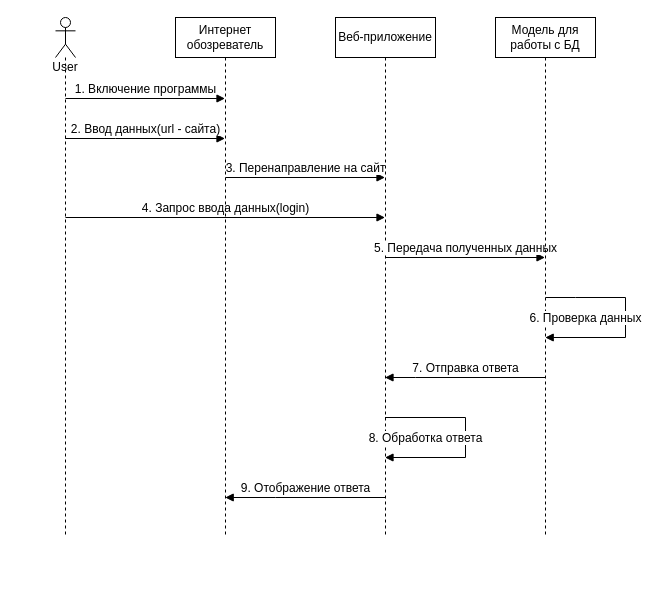
Above: Технология разработки ПО/Labs/diagram3.drawio in DnineO/4-course (draw.io), before the change. Source tidied: cells renumbered, new cells numbered last; positions are measured from the earlier drawing's top-left corner, leaving out a move shared by most shapes. Both pictures are drawn from the tidied source at 100%, with x=0, y=0 at pixel (55, 17).
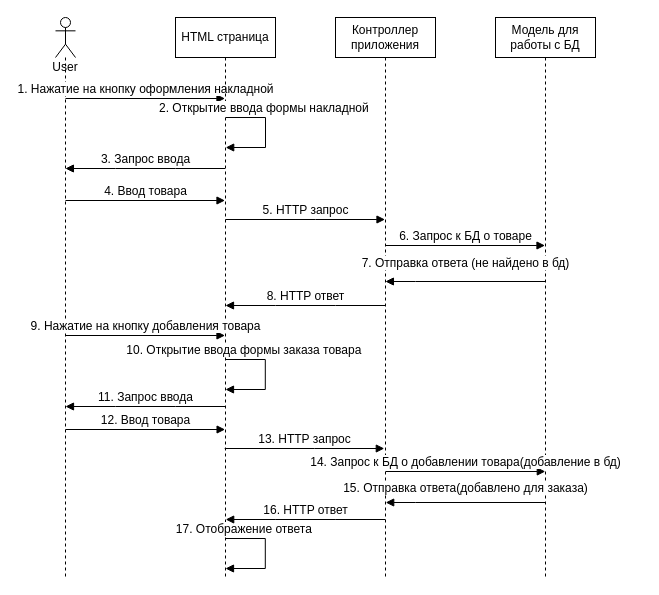
The same page after the edit.

Change to the diagram source:
```diff
@@
     <mxCell id="2" value="&lt;font style=&quot;font-size: 12px&quot;&gt;User&lt;/font&gt;" style="shape=umlLifeline;participant=umlActor;perimeter=lifelinePerimeter;whiteSpace=wrap;html=1;verticalAlign=top;spacingTop=36;size=40;rounded=0;" parent="1" vertex="1">
-      <mxGeometry width="20" height="520" as="geometry" />
+      <mxGeometry width="20" height="560" as="geometry" />
     </mxCell>
-    <mxCell id="3" value="1. Включение программы" style="html=1;verticalAlign=bottom;endArrow=block;rounded=0;fontSize=12;" parent="2" edge="1">
+    <mxCell id="3" value="1. Нажатие на кнопку оформления накладной" style="html=1;verticalAlign=bottom;endArrow=block;rounded=0;fontSize=12;" parent="2" edge="1">
       <mxGeometry relative="1" as="geometry">
         <mxPoint x="10" y="81" as="sourcePoint" />
         <mxPoint x="169.5" y="81" as="targetPoint" />
       </mxGeometry>
     </mxCell>
-    <mxCell id="4" value="4. Запрос ввода данных(login)" style="html=1;verticalAlign=bottom;endArrow=block;rounded=0;fontSize=12;" parent="2" edge="1" target="7">
-      <mxGeometry relative="1" as="geometry">
-        <mxPoint x="10" y="200" as="sourcePoint" />
-      </mxGeometry>
-    </mxCell>
-    <mxCell id="5" value="Интернет обозреватель" style="shape=umlLifeline;perimeter=lifelinePerimeter;whiteSpace=wrap;html=1;rounded=0;gradientColor=none;" parent="1" vertex="1">
-      <mxGeometry x="120" width="100" height="520" as="geometry" />
+    <mxCell id="5" value="HTML страница" style="shape=umlLifeline;perimeter=lifelinePerimeter;whiteSpace=wrap;html=1;rounded=0;gradientColor=none;" parent="1" vertex="1">
+      <mxGeometry x="120" width="100" height="560" as="geometry" />
     </mxCell>
-    <mxCell id="6" value="3. Перенаправление на сайт" style="html=1;verticalAlign=bottom;endArrow=block;rounded=0;fontSize=12;" parent="5" edge="1" target="7">
-      <mxGeometry relative="1" as="geometry">
-        <mxPoint x="50" y="160" as="sourcePoint" />
-      </mxGeometry>
-    </mxCell>
+    <mxCell id="15" value="10. Открытие ввода формы заказа товара&amp;nbsp;" style="html=1;verticalAlign=bottom;endArrow=block;rounded=0;fontSize=12;" parent="5" edge="1">
+      <mxGeometry x="-0.64" relative="1" as="geometry">
+        <mxPoint x="50" y="342" as="sourcePoint" />
+        <mxPoint x="50" y="372" as="targetPoint" />
+        <Array as="points">
+          <mxPoint x="89.8" y="342" />
+          <mxPoint x="89.8" y="372" />
+        </Array>
+      </mxGeometry>
+    </mxCell>
+    <mxCell id="16" value="17. Отображение ответа&amp;nbsp;" style="html=1;verticalAlign=bottom;endArrow=block;rounded=0;fontSize=12;" parent="5" edge="1">
+      <mxGeometry x="-0.64" relative="1" as="geometry">
+        <mxPoint x="50" y="521" as="sourcePoint" />
+        <mxPoint x="50" y="551" as="targetPoint" />
+        <Array as="points">
+          <mxPoint x="89.8" y="521" />
+          <mxPoint x="89.8" y="551" />
+        </Array>
+      </mxGeometry>
+    </mxCell>
-    <mxCell id="7" value="Веб-приложение" style="shape=umlLifeline;perimeter=lifelinePerimeter;whiteSpace=wrap;html=1;outlineConnect=0;rounded=0;gradientColor=none;" parent="1" vertex="1">
-      <mxGeometry x="280" width="100" height="520" as="geometry" />
+    <mxCell id="7" value="Контроллер приложения" style="shape=umlLifeline;perimeter=lifelinePerimeter;whiteSpace=wrap;html=1;outlineConnect=0;rounded=0;gradientColor=none;" parent="1" vertex="1">
+      <mxGeometry x="280" width="100" height="560" as="geometry" />
     </mxCell>
-    <mxCell id="8" value="5. Передача полученных данных" style="html=1;verticalAlign=bottom;endArrow=block;rounded=0;fontSize=12;" parent="7" edge="1" target="9">
-      <mxGeometry relative="1" as="geometry">
-        <mxPoint x="50" y="240" as="sourcePoint" />
-      </mxGeometry>
-    </mxCell>
+    <mxCell id="17" value="8. HTTP ответ" style="html=1;verticalAlign=bottom;endArrow=block;rounded=0;fontSize=12;" parent="7" edge="1">
+      <mxGeometry relative="1" as="geometry">
+        <mxPoint x="49.6" y="288" as="sourcePoint" />
+        <mxPoint x="-110" y="288" as="targetPoint" />
+        <Array as="points">
+          <mxPoint x="0.1" y="288" />
+          <mxPoint x="-59.9" y="288" />
+        </Array>
+      </mxGeometry>
+    </mxCell>
     <mxCell id="9" value="Модель для работы с БД" style="shape=umlLifeline;perimeter=lifelinePerimeter;whiteSpace=wrap;html=1;outlineConnect=0;rounded=0;gradientColor=none;" parent="1" vertex="1">
-      <mxGeometry x="440" width="100" height="520" as="geometry" />
+      <mxGeometry x="440" width="100" height="560" as="geometry" />
     </mxCell>
-    <mxCell id="10" value="6. Проверка данных" style="html=1;verticalAlign=bottom;endArrow=block;rounded=0;fontSize=12;" parent="9" edge="1">
-      <mxGeometry x="0.6" y="-10" relative="1" as="geometry">
-        <mxPoint x="50" y="280" as="sourcePoint" />
-        <mxPoint x="49.7" y="320" as="targetPoint" />
-        <Array as="points">
-          <mxPoint x="80" y="280" />
-          <mxPoint x="130" y="280" />
-          <mxPoint x="130" y="320" />
-        </Array>
-      </mxGeometry>
-    </mxCell>
-    <mxCell id="11" value="2. Ввод данных(url - сайта)&lt;br&gt;" style="html=1;verticalAlign=bottom;endArrow=block;rounded=0;fontSize=12;" parent="1" edge="1">
+    <mxCell id="11" value="3. Запрос ввода" style="html=1;verticalAlign=bottom;endArrow=block;rounded=0;fontSize=12;" parent="1" edge="1">
       <mxGeometry relative="1" as="geometry">
-        <mxPoint x="9.7" y="121" as="sourcePoint" />
-        <mxPoint x="169.5" y="121" as="targetPoint" />
+        <mxPoint x="169.5" y="151" as="sourcePoint" />
+        <mxPoint x="9.9" y="151" as="targetPoint" />
         <Array as="points">
-          <mxPoint x="60" y="121" />
+          <mxPoint x="120" y="151" />
+          <mxPoint x="60" y="151" />
         </Array>
       </mxGeometry>
     </mxCell>
-    <mxCell id="12" value="7. Отправка ответа" style="html=1;verticalAlign=bottom;endArrow=block;rounded=0;fontSize=12;shadow=0;" parent="1" edge="1" source="9" target="7">
-      <mxGeometry relative="1" as="geometry">
+    <mxCell id="12" value="7. Отправка ответа (не найдено в бд)" style="html=1;verticalAlign=bottom;endArrow=block;rounded=0;fontSize=12;shadow=0;" parent="1" edge="1">
+      <mxGeometry y="-9" relative="1" as="geometry">
+        <mxPoint x="489.5" y="264" as="sourcePoint" />
+        <mxPoint x="329.9" y="264" as="targetPoint" />
         <Array as="points">
-          <mxPoint x="360" y="360" />
+          <mxPoint x="360" y="264" />
         </Array>
       </mxGeometry>
     </mxCell>
-    <mxCell id="13" value="9. Отображение ответа" style="html=1;verticalAlign=bottom;endArrow=block;rounded=0;shadow=0;fontSize=12;" parent="1" edge="1">
-      <mxGeometry relative="1" as="geometry">
-        <mxPoint x="329.5" y="480" as="sourcePoint" />
-        <mxPoint x="169.7" y="480" as="targetPoint" />
-        <Array as="points">
-          <mxPoint x="220" y="480" />
-        </Array>
-      </mxGeometry>
-    </mxCell>
-    <mxCell id="14" value="8. Обработка ответа" style="html=1;verticalAlign=bottom;endArrow=block;rounded=0;shadow=0;fontSize=12;" parent="1" edge="1" source="7" target="7">
-      <mxGeometry x="0.6" y="-10" relative="1" as="geometry">
-        <Array as="points">
-          <mxPoint x="410" y="400" />
-          <mxPoint x="410" y="440" />
-        </Array>
-      </mxGeometry>
-    </mxCell>
+    <mxCell id="18" value="2. Открытие ввода формы накладной&amp;nbsp;" style="html=1;verticalAlign=bottom;endArrow=block;rounded=0;fontSize=12;" parent="1" edge="1">
+      <mxGeometry x="-0.27" relative="1" as="geometry">
+        <mxPoint x="170.2" y="100" as="sourcePoint" />
+        <mxPoint x="170.2" y="130" as="targetPoint" />
+        <Array as="points">
+          <mxPoint x="210" y="100" />
+          <mxPoint x="210" y="130" />
+        </Array>
+      </mxGeometry>
+    </mxCell>
+    <mxCell id="19" value="4. Ввод товара" style="html=1;verticalAlign=bottom;endArrow=block;rounded=0;fontSize=12;" parent="1" edge="1">
+      <mxGeometry relative="1" as="geometry">
+        <mxPoint x="10" y="183" as="sourcePoint" />
+        <mxPoint x="169.5" y="183" as="targetPoint" />
+      </mxGeometry>
+    </mxCell>
+    <mxCell id="6" value="5. HTTP запрос" style="html=1;verticalAlign=bottom;endArrow=block;rounded=0;fontSize=12;" parent="1" edge="1">
+      <mxGeometry relative="1" as="geometry">
+        <mxPoint x="170" y="202" as="sourcePoint" />
+        <mxPoint x="329.5" y="202" as="targetPoint" />
+        <Array as="points">
+          <mxPoint x="260" y="202" />
+        </Array>
+      </mxGeometry>
+    </mxCell>
+    <mxCell id="8" value="6. Запрос к БД о товаре" style="html=1;verticalAlign=bottom;endArrow=block;rounded=0;fontSize=12;" parent="1" edge="1">
+      <mxGeometry relative="1" as="geometry">
+        <mxPoint x="330" y="228" as="sourcePoint" />
+        <mxPoint x="489.5" y="228" as="targetPoint" />
+      </mxGeometry>
+    </mxCell>
+    <mxCell id="20" value="9. Нажатие на кнопку добавления товара" style="html=1;verticalAlign=bottom;endArrow=block;rounded=0;fontSize=12;" parent="1" edge="1">
+      <mxGeometry relative="1" as="geometry">
+        <mxPoint x="10" y="318" as="sourcePoint" />
+        <mxPoint x="169.5" y="318" as="targetPoint" />
+      </mxGeometry>
+    </mxCell>
+    <mxCell id="21" value="11. Запрос ввода" style="html=1;verticalAlign=bottom;endArrow=block;rounded=0;fontSize=12;" parent="1" edge="1">
+      <mxGeometry relative="1" as="geometry">
+        <mxPoint x="169.6" y="389" as="sourcePoint" />
+        <mxPoint x="10" y="389" as="targetPoint" />
+        <Array as="points">
+          <mxPoint x="120.1" y="389" />
+          <mxPoint x="60.1" y="389" />
+        </Array>
+      </mxGeometry>
+    </mxCell>
+    <mxCell id="22" value="12. Ввод товара" style="html=1;verticalAlign=bottom;endArrow=block;rounded=0;fontSize=12;" parent="1" edge="1">
+      <mxGeometry relative="1" as="geometry">
+        <mxPoint x="10.1" y="412" as="sourcePoint" />
+        <mxPoint x="169.6" y="412" as="targetPoint" />
+      </mxGeometry>
+    </mxCell>
+    <mxCell id="23" value="16. HTTP ответ" style="html=1;verticalAlign=bottom;endArrow=block;rounded=0;fontSize=12;" parent="1" edge="1">
+      <mxGeometry relative="1" as="geometry">
+        <mxPoint x="329.8" y="502" as="sourcePoint" />
+        <mxPoint x="170.2" y="502" as="targetPoint" />
+        <Array as="points">
+          <mxPoint x="280.3" y="502" />
+          <mxPoint x="220.3" y="502" />
+        </Array>
+      </mxGeometry>
+    </mxCell>
+    <mxCell id="24" value="15. Отправка ответа(добавлено для заказа)" style="html=1;verticalAlign=bottom;endArrow=block;rounded=0;fontSize=12;shadow=0;" parent="1" edge="1">
+      <mxGeometry y="-5" relative="1" as="geometry">
+        <mxPoint x="489.8" y="485" as="sourcePoint" />
+        <mxPoint x="330.2" y="485" as="targetPoint" />
+        <Array as="points">
+          <mxPoint x="360.2" y="485" />
+        </Array>
+      </mxGeometry>
+    </mxCell>
+    <mxCell id="25" value="13. HTTP запрос" style="html=1;verticalAlign=bottom;endArrow=block;rounded=0;fontSize=12;" parent="1" edge="1">
+      <mxGeometry relative="1" as="geometry">
+        <mxPoint x="169.2" y="431" as="sourcePoint" />
+        <mxPoint x="328.8" y="431" as="targetPoint" />
+        <Array as="points">
+          <mxPoint x="259.2" y="431" />
+        </Array>
+      </mxGeometry>
+    </mxCell>
+    <mxCell id="26" value="14. Запрос к БД о добавлении товара(добавление в бд)" style="html=1;verticalAlign=bottom;endArrow=block;rounded=0;fontSize=12;" parent="1" edge="1">
+      <mxGeometry relative="1" as="geometry">
+        <mxPoint x="330.2" y="454" as="sourcePoint" />
+        <mxPoint x="489.8" y="454" as="targetPoint" />
+      </mxGeometry>
+    </mxCell>
```
